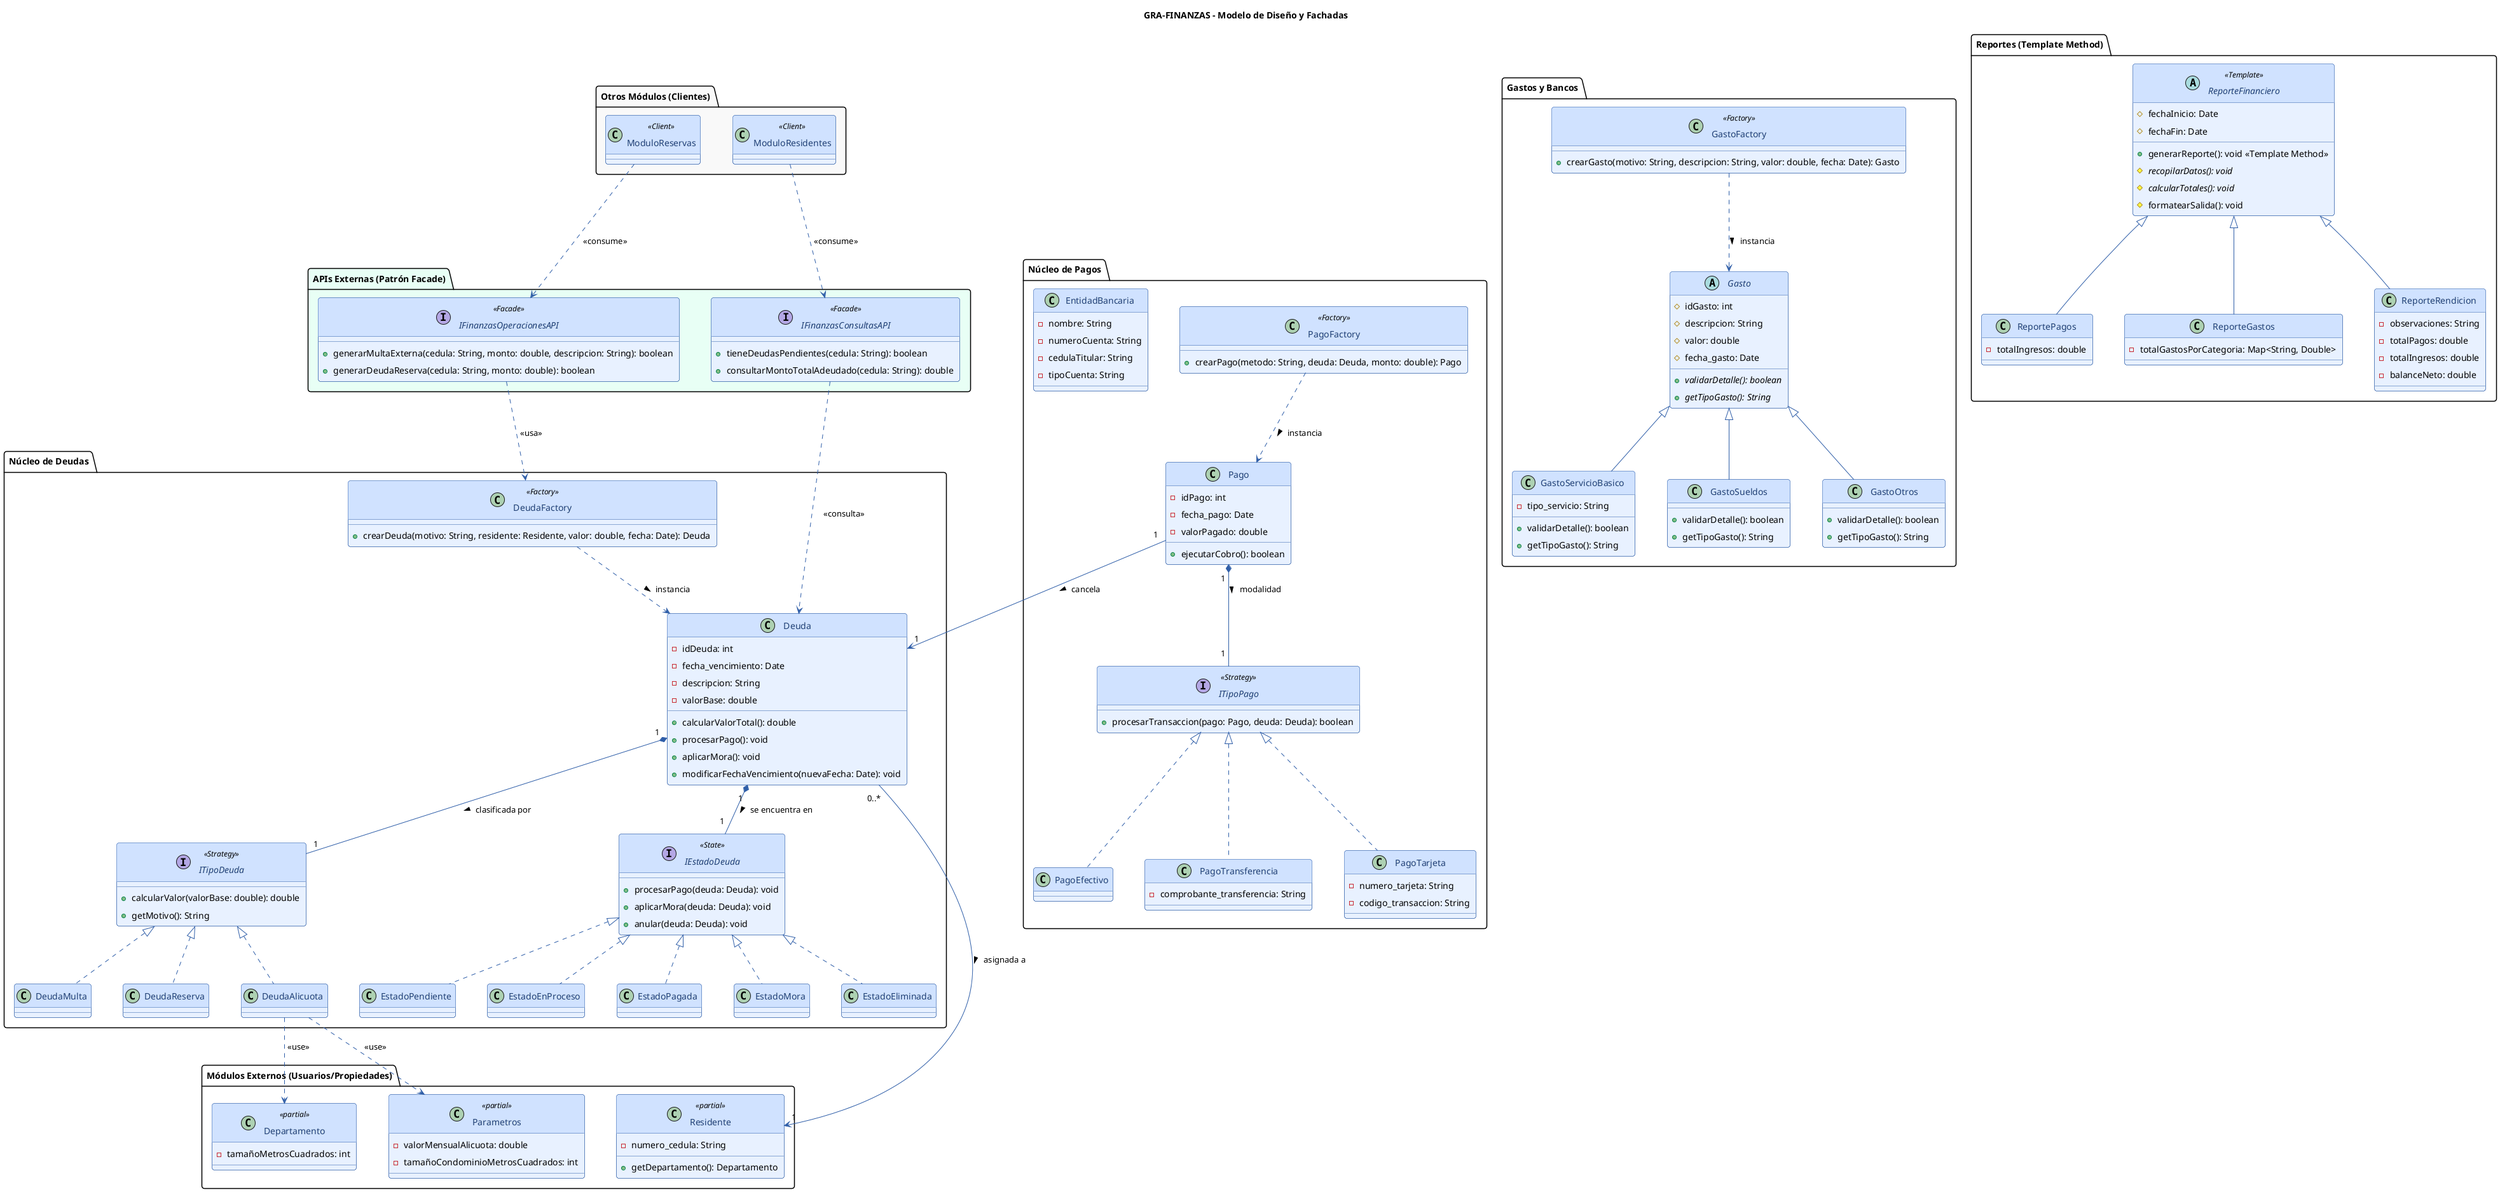
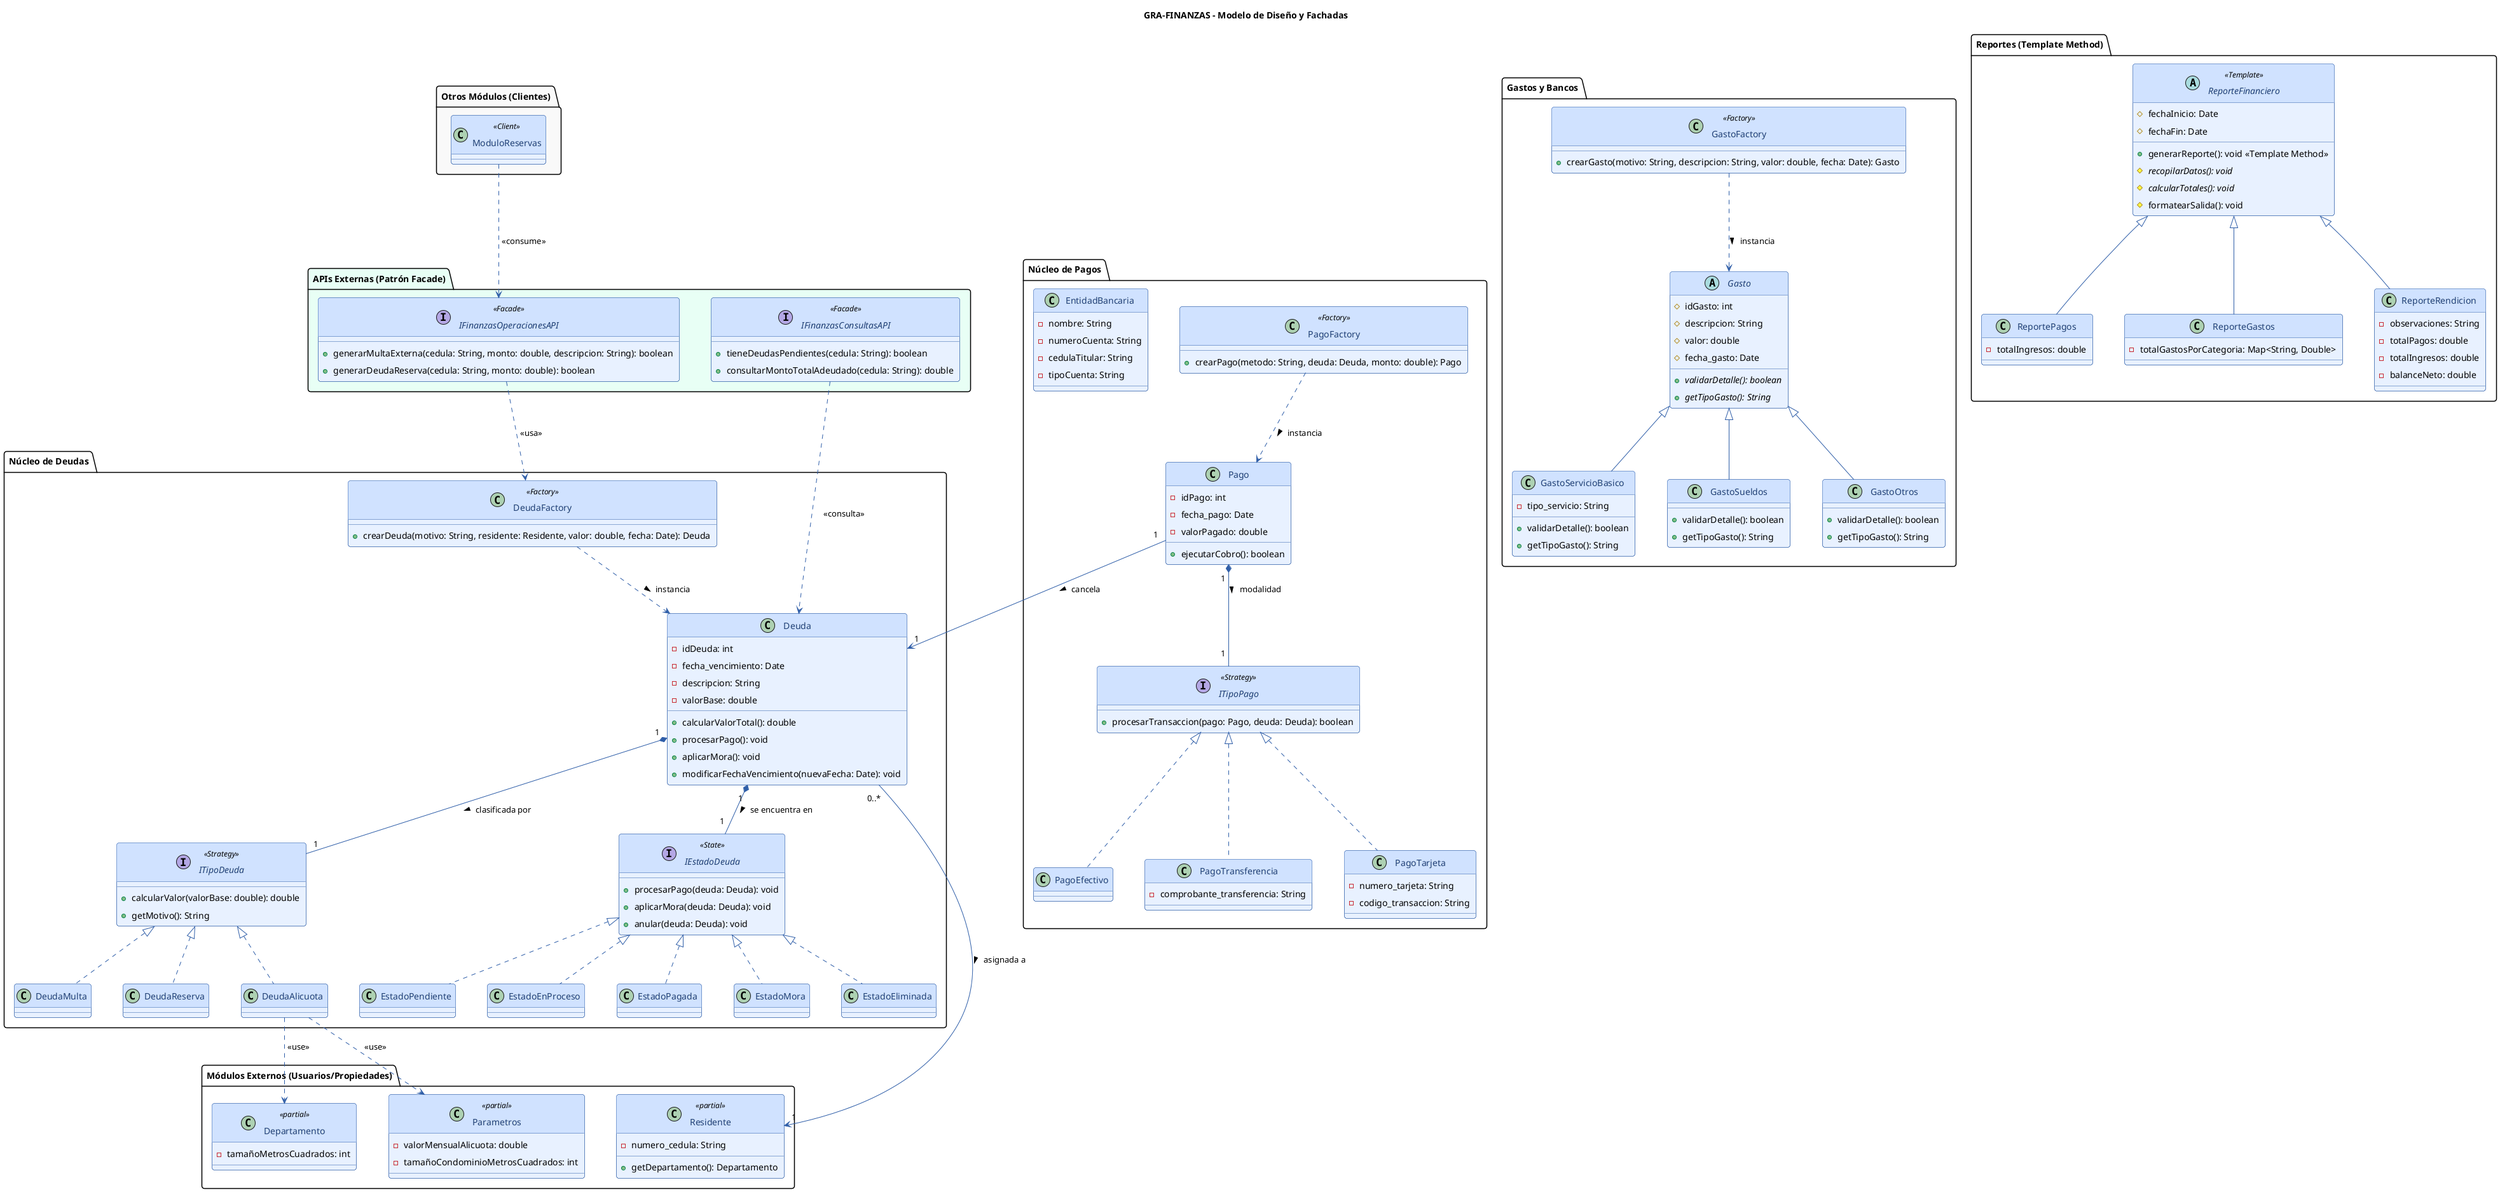
@startuml
title GRA-FINANZAS - Modelo de Diseño y Fachadas

skinparam roundcorner 8
skinparam padding 4
skinparam nodesep 50
skinparam ranksep 50

skinparam class {
    BackgroundColor #E8F1FF
    BorderColor #2F5EA8
    ArrowColor #2F5EA8
    FontColor #1F3F73
    HeaderBackgroundColor #D0E2FF
}
skinparam enum {
    BackgroundColor #EEF5FF
    BorderColor #1F3F73
    FontColor #1F3F73
}
skinparam interface {
    BackgroundColor #F4F8FF
    BorderColor #2F5EA8
    FontColor #1F3F73
}

' --- Módulos Externos (Consumidores) ---
package "Otros Módulos (Clientes)" #F9F9F9 {
    class ModuloReservas <<Client>>
-     class ModuloResidentes <<Client>>
}

' --- Entidades Externas (Otros Módulos) ---
package "Módulos Externos (Usuarios/Propiedades)" {
    class Residente <<partial>> {
        - numero_cedula: String
        + getDepartamento(): Departamento
    }

    class Departamento <<partial>> {
        - tamañoMetrosCuadrados: int
    }

    class Parametros <<partial>> {
        - valorMensualAlicuota: double
        - tamañoCondominioMetrosCuadrados: int
    }
}

' --- FACHADAS (APIs del Módulo) ---
package "APIs Externas (Patrón Facade)" #E8FFF5 {
    interface IFinanzasConsultasAPI <<Facade>> {
        + tieneDeudasPendientes(cedula: String): boolean
        + consultarMontoTotalAdeudado(cedula: String): double
    }

    interface IFinanzasOperacionesAPI <<Facade>> {
        + generarMultaExterna(cedula: String, monto: double, descripcion: String): boolean
        + generarDeudaReserva(cedula: String, monto: double): boolean
    }
}

' --- Módulo Finanzas: Núcleo de Deudas ---
package "Núcleo de Deudas" {
    class Deuda {
        - idDeuda: int
        - fecha_vencimiento: Date
        - descripcion: String
        - valorBase: double
        + calcularValorTotal(): double
        + procesarPago(): void
        + aplicarMora(): void
        + modificarFechaVencimiento(nuevaFecha: Date): void
    }

    interface ITipoDeuda <<Strategy>> {
        + calcularValor(valorBase: double): double
        + getMotivo(): String
    }
    class DeudaMulta implements ITipoDeuda
    class DeudaReserva implements ITipoDeuda
    class DeudaAlicuota implements ITipoDeuda

    interface IEstadoDeuda <<State>> {
        + procesarPago(deuda: Deuda): void
        + aplicarMora(deuda: Deuda): void
        + anular(deuda: Deuda): void
    }
    class EstadoPendiente implements IEstadoDeuda
    class EstadoEnProceso implements IEstadoDeuda
    class EstadoPagada implements IEstadoDeuda
    class EstadoMora implements IEstadoDeuda
    class EstadoEliminada implements IEstadoDeuda

    class DeudaFactory <<Factory>> {
        + crearDeuda(motivo: String, residente: Residente, valor: double, fecha: Date): Deuda
    }
}

' --- Módulo Finanzas: Núcleo de Pagos ---
package "Núcleo de Pagos" {
    class Pago {
        - idPago: int
        - fecha_pago: Date
        - valorPagado: double
        + ejecutarCobro(): boolean
    }

    interface ITipoPago <<Strategy>> {
        + procesarTransaccion(pago: Pago, deuda: Deuda): boolean
    }
    class PagoEfectivo implements ITipoPago
    class PagoTransferencia implements ITipoPago {
        - comprobante_transferencia: String
    }
    class PagoTarjeta implements ITipoPago {
        - numero_tarjeta: String
        - codigo_transaccion: String
    }

    class PagoFactory <<Factory>> {
        + crearPago(metodo: String, deuda: Deuda, monto: double): Pago
    }

     class EntidadBancaria {
        - nombre: String
        - numeroCuenta: String
        - cedulaTitular: String
        - tipoCuenta: String
    }
}

' --- Módulo Finanzas: Gastos y Bancos ---
package "Gastos y Bancos" {

    abstract class Gasto {
        # idGasto: int
        # descripcion: String
        # valor: double
        # fecha_gasto: Date
        + {abstract} validarDetalle(): boolean
        + {abstract} getTipoGasto(): String
    }

    class GastoServicioBasico extends Gasto {
        - tipo_servicio: String
        + validarDetalle(): boolean
        + getTipoGasto(): String
    }

    class GastoSueldos extends Gasto {
        + validarDetalle(): boolean
        + getTipoGasto(): String
    }

    class GastoOtros extends Gasto {
        + validarDetalle(): boolean
        + getTipoGasto(): String
    }

    class GastoFactory <<Factory>> {
        + crearGasto(motivo: String, descripcion: String, valor: double, fecha: Date): Gasto
    }
}

' --- Módulo Finanzas: Reportes ---
package "Reportes (Template Method)" {
    abstract class ReporteFinanciero <<Template>> {
        # fechaInicio: Date
        # fechaFin: Date
        + generarReporte(): void <<Template Method>>
        # {abstract} recopilarDatos(): void
        # {abstract} calcularTotales(): void
        # formatearSalida(): void
    }

    class ReportePagos extends ReporteFinanciero {
        - totalIngresos: double
    }

    class ReporteGastos extends ReporteFinanciero {
        - totalGastosPorCategoria: Map<String, Double>
    }

    class ReporteRendicion extends ReporteFinanciero {
        - observaciones: String
        - totalPagos: double
        - totalIngresos: double
        - balanceNeto: double
    }
}

' --- Relaciones y Dependencias ---

' Dependencias de las Fachadas
- ModuloResidentes ..> IFinanzasConsultasAPI : <<consume>>
ModuloReservas ..> IFinanzasOperacionesAPI : <<consume>>
IFinanzasOperacionesAPI ..> DeudaFactory : <<usa>>
IFinanzasConsultasAPI ..> Deuda : <<consulta>>

' Dependencias Internas
Deuda "1" *-- "1" ITipoDeuda : clasificada por >
Deuda "1" *-- "1" IEstadoDeuda : se encuentra en >
Deuda "0..*" --> "1" Residente : asignada a >
DeudaAlicuota ..> Parametros : <<use>>
DeudaAlicuota ..> Departamento : <<use>>

Pago "1" *-- "1" ITipoPago : modalidad >
Pago "1" --> "1" Deuda : cancela >

DeudaFactory ..> Deuda : instancia >
PagoFactory ..> Pago : instancia >
GastoFactory ..> Gasto : instancia >

@enduml